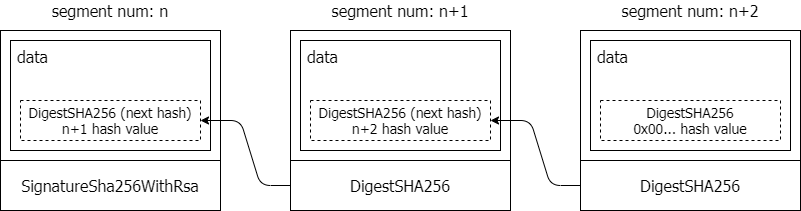
Above: img/acm21-hash02.png in uni2u/difs (draw.io), before the change. Source tidied: cells renumbered, new cells last; positions are measured from the earlier drawing's top-left corner, leaving out a move shared by most shapes.
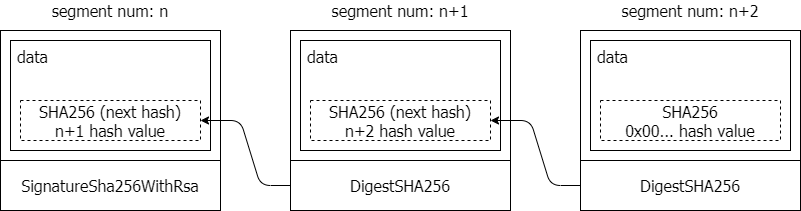
Later version of the same file.

What changed in the source:
```diff
@@ -8,7 +8,7 @@
     <mxCell id="3" value="&amp;nbsp;data" style="rounded=0;whiteSpace=wrap;html=1;fontFamily=Tahoma;fontSize=16;align=left;verticalAlign=top;" parent="1" vertex="1">
       <mxGeometry x="10" y="40" width="200" height="110" as="geometry" />
     </mxCell>
-    <mxCell id="4" value="DigestSHA256 (next hash)&lt;br&gt;n+1 hash value" style="rounded=0;whiteSpace=wrap;html=1;fontFamily=Tahoma;fontSize=14;align=center;dashed=1;" parent="1" vertex="1">
+    <mxCell id="4" value="SHA256 (next hash)&lt;br style=&quot;font-size: 16px&quot;&gt;n+1 hash value" style="rounded=0;whiteSpace=wrap;html=1;fontFamily=Tahoma;fontSize=16;align=center;dashed=1;" parent="1" vertex="1">
       <mxGeometry x="20" y="100" width="180" height="40" as="geometry" />
     </mxCell>
     <mxCell id="5" value="&lt;span style=&quot;text-align: left&quot;&gt;SignatureSha256WithRsa&lt;/span&gt;" style="rounded=0;whiteSpace=wrap;html=1;fontFamily=Tahoma;fontSize=16;" parent="1" vertex="1">
@@ -20,7 +20,7 @@
     <mxCell id="7" value="&amp;nbsp;data" style="rounded=0;whiteSpace=wrap;html=1;fontFamily=Tahoma;fontSize=16;align=left;verticalAlign=top;" parent="1" vertex="1">
       <mxGeometry x="300" y="40" width="200" height="110" as="geometry" />
     </mxCell>
-    <mxCell id="8" value="DigestSHA256 (next hash)&lt;br&gt;n+2 hash value" style="rounded=0;whiteSpace=wrap;html=1;fontFamily=Tahoma;fontSize=14;align=center;dashed=1;" parent="1" vertex="1">
+    <mxCell id="8" value="SHA256 (next hash)&lt;br style=&quot;font-size: 16px;&quot;&gt;n+2 hash value" style="rounded=0;whiteSpace=wrap;html=1;fontFamily=Tahoma;fontSize=16;align=center;dashed=1;" parent="1" vertex="1">
       <mxGeometry x="310" y="100" width="180" height="40" as="geometry" />
     </mxCell>
     <mxCell id="9" value="&lt;span style=&quot;text-align: left&quot;&gt;DigestSHA256&lt;/span&gt;" style="rounded=0;whiteSpace=wrap;html=1;fontFamily=Tahoma;fontSize=16;" parent="1" vertex="1">
@@ -32,7 +32,7 @@
     <mxCell id="11" value="&amp;nbsp;data" style="rounded=0;whiteSpace=wrap;html=1;fontFamily=Tahoma;fontSize=16;align=left;verticalAlign=top;" parent="1" vertex="1">
       <mxGeometry x="590" y="40" width="200" height="110" as="geometry" />
     </mxCell>
-    <mxCell id="12" value="DigestSHA256&lt;br&gt;0x00... hash value" style="rounded=0;whiteSpace=wrap;html=1;fontFamily=Tahoma;fontSize=14;align=center;dashed=1;" parent="1" vertex="1">
+    <mxCell id="12" value="SHA256&lt;br style=&quot;font-size: 16px;&quot;&gt;0x00... hash value" style="rounded=0;whiteSpace=wrap;html=1;fontFamily=Tahoma;fontSize=16;align=center;dashed=1;" parent="1" vertex="1">
       <mxGeometry x="600" y="100" width="180" height="40" as="geometry" />
     </mxCell>
     <mxCell id="13" value="&lt;span style=&quot;text-align: left&quot;&gt;DigestSHA256&lt;/span&gt;" style="rounded=0;whiteSpace=wrap;html=1;fontFamily=Tahoma;fontSize=16;" parent="1" vertex="1">
```
